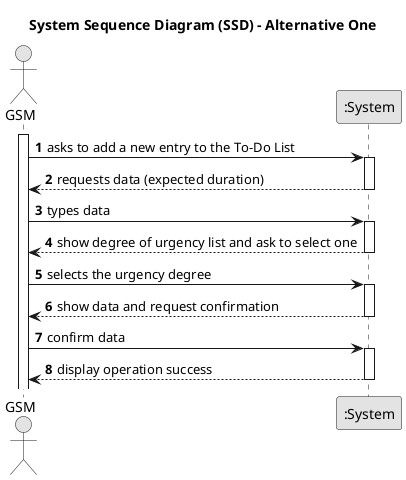
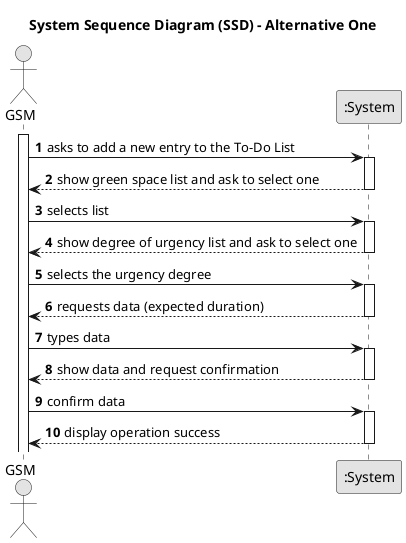
@startuml
skinparam monochrome true
skinparam packageStyle rectangle
skinparam shadowing false

title System Sequence Diagram (SSD) - Alternative One

autonumber

actor "GSM" as Manager
participant ":System" as System

activate Manager

    Manager -> System : asks to add a new entry to the To-Do List
    activate System

-         System --> Manager : requests data (expected duration)
+     System --> Manager : show green space list and ask to select one
+     deactivate System
+ 
+     Manager -> System : selects list
+     activate System
+ 
+     System --> Manager : show degree of urgency list and ask to select one
+     deactivate System
+ 
+     Manager -> System : selects the urgency degree
+     activate System
+ 
+     System --> Manager : requests data (expected duration)
    deactivate System

   Manager  -> System : types data
-     activate System
- 
-    System --> Manager : show degree of urgency list and ask to select one
-    deactivate System
- 
-    Manager -> System : selects the urgency degree
    activate System

   System --> Manager : show data and request confirmation
    deactivate System

   Manager  -> System : confirm data
    activate System

   System --> Manager : display operation success
    deactivate System

@enduml